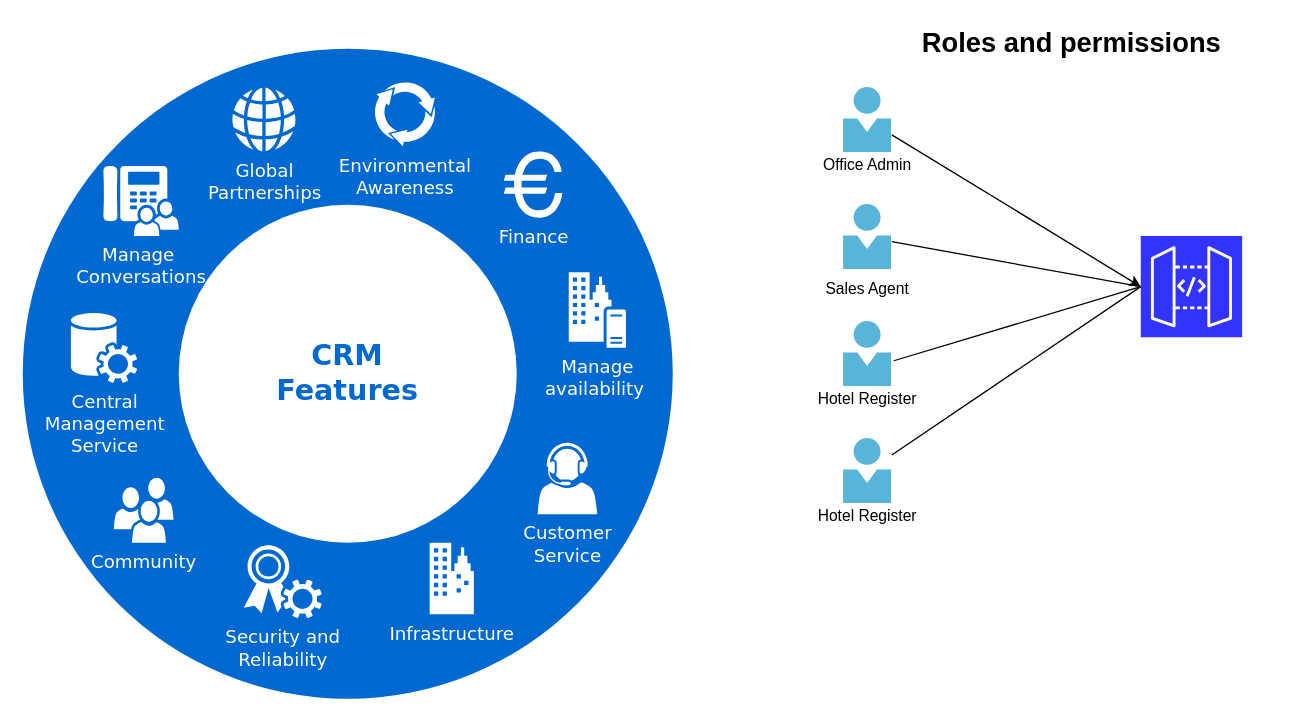
abdelmomen1985/altermind keeps this draw.io diagram as Untitled Diagram.drawio. Above is the earlier version. Source tidied: cells renumbered, new cells numbered last; positions are measured from the earlier drawing's top-left corner, leaving out a move shared by most shapes. Both pictures are drawn from the tidied source at 130%, with x=0, y=0 at pixel (22, 22).
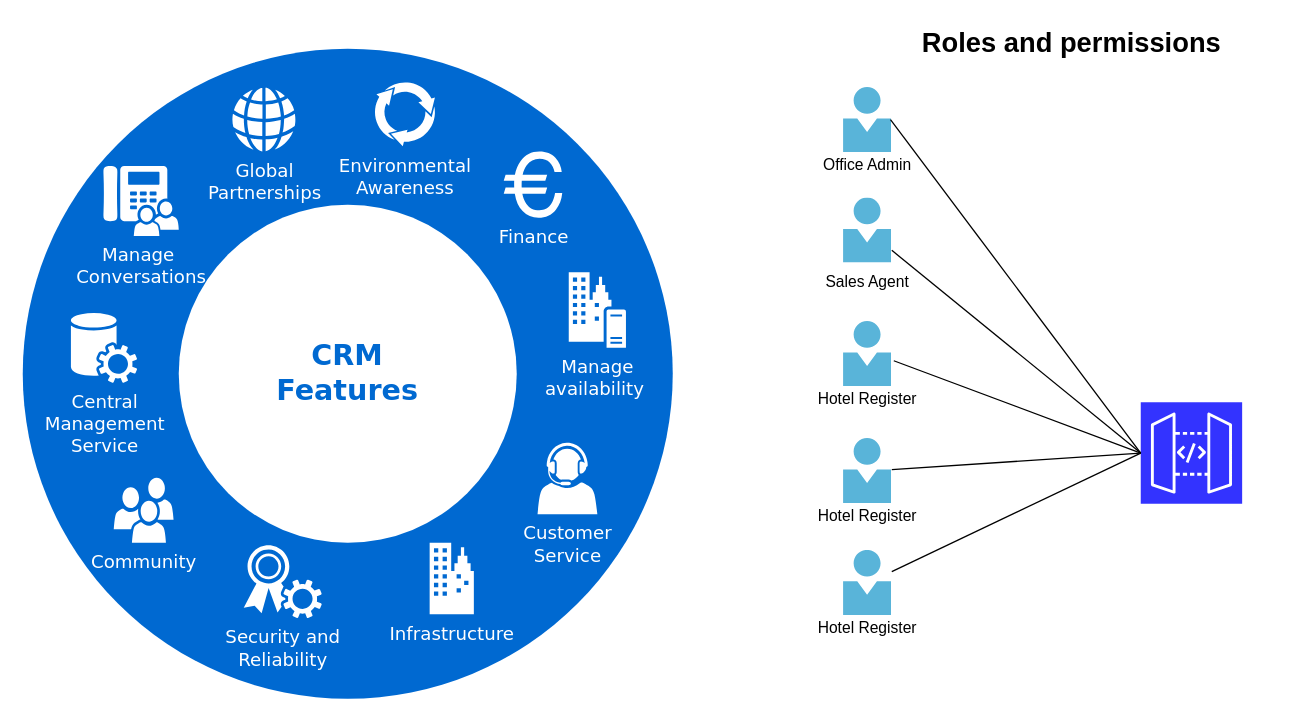
The same page after the edit.

Commit message:
Adding roles map

The change refers to these unchanged cells:
```xml
<mxCell id="16" style="sketch=0;html=1;points=[];align=center;image;fontSize=12;image=img/lib/mscae/Person.svg;labelBackgroundColor=none;fillColor=#3333FF;gradientColor=#3333FF;" parent="15" vertex="1">
  <mxGeometry x="11.5" width="37" height="50" as="geometry" />
</mxCell>
```

The edit, as a diff of the source:
```diff
@@
     <mxCell id="14" style="sketch=0;points=[[0,0,0],[0.25,0,0],[0.5,0,0],[0.75,0,0],[1,0,0],[0,1,0],[0.25,1,0],[0.5,1,0],[0.75,1,0],[1,1,0],[0,0.25,0],[0,0.5,0],[0,0.75,0],[1,0.25,0],[1,0.5,0],[1,0.75,0]];outlineConnect=0;fontColor=#232F3E;gradientColor=#3333FF;gradientDirection=north;fillColor=#3333FF;strokeColor=#ffffff;dashed=0;verticalLabelPosition=bottom;verticalAlign=top;align=center;html=1;fontSize=12;fontStyle=0;shape=mxgraph.aws4.resourceIcon;resIcon=mxgraph.aws4.api_gateway;labelBackgroundColor=none;" parent="1" vertex="1">
-      <mxGeometry x="860" y="164" width="78" height="78" as="geometry" />
+      <mxGeometry x="860" y="292" width="78" height="78" as="geometry" />
     </mxCell>
@@
-    <mxCell id="18" style="endArrow=classic;html=1;rounded=0;entryX=0;entryY=0.5;entryDx=0;entryDy=0;entryPerimeter=0;" parent="1" edge="1" source="16" target="14">
-      <mxGeometry relative="1" as="geometry" />
-    </mxCell>
@@
     <mxCell id="20" style="group;" parent="1" vertex="1">
-      <mxGeometry x="620" y="140" width="85" height="80" as="geometry" />
+      <mxGeometry x="620" y="135" width="85" height="80" as="geometry" />
     </mxCell>
@@
+    <mxCell id="32" style="group;" parent="1" vertex="1">
+      <mxGeometry x="620" y="406" width="85" height="80" as="geometry" />
+    </mxCell>
+    <mxCell id="33" style="sketch=0;html=1;points=[];align=center;image;fontSize=12;image=img/lib/mscae/Person.svg;labelBackgroundColor=none;fillColor=#3333FF;gradientColor=#3333FF;" parent="32" vertex="1">
+      <mxGeometry x="11.5" width="37" height="50" as="geometry" />
+    </mxCell>
+    <mxCell id="34" value="Hotel Register" style="text;strokeColor=none;align=center;fillColor=none;html=1;verticalAlign=middle;whiteSpace=wrap;rounded=0;labelBackgroundColor=none;" parent="32" vertex="1">
+      <mxGeometry x="-25" y="45" width="110" height="30" as="geometry" />
+    </mxCell>
+    <mxCell id="35" style="endArrow=none;html=1;rounded=0;fontSize=21;entryX=0;entryY=0.5;entryDx=0;entryDy=0;entryPerimeter=0;" parent="1" edge="1" source="33" target="14">
+      <mxGeometry relative="1" as="geometry" />
+    </mxCell>
+    <mxCell id="18" style="endArrow=none;html=1;rounded=0;fontSize=21;entryX=0;entryY=0.5;entryDx=0;entryDy=0;entryPerimeter=0;exitX=0.973;exitY=0.49;exitDx=0;exitDy=0;exitPerimeter=0;" parent="1" edge="1" source="16" target="14">
+      <mxGeometry relative="1" as="geometry" />
+    </mxCell>
```
